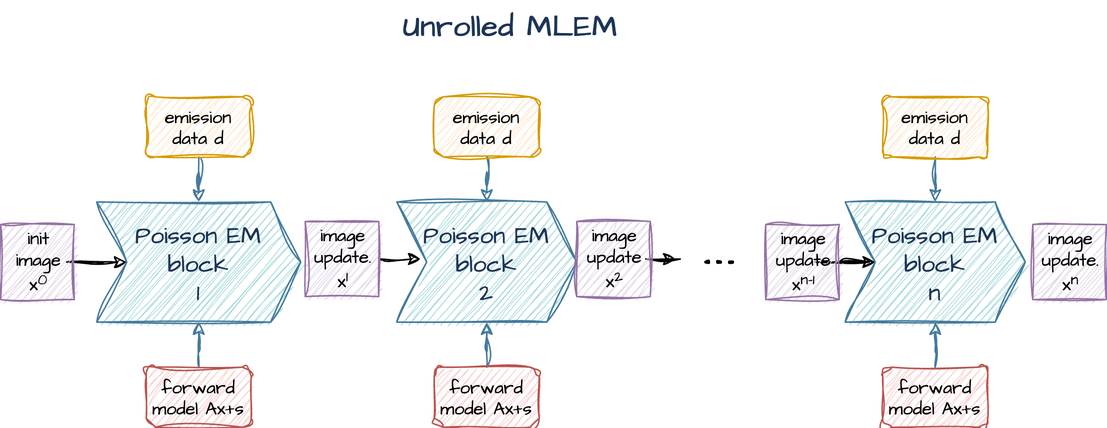
Earlier version of the draw.io export 2023-MIC/figs/unrolled_mlem.png (gschramm/parallelproj-examples). Source tidied: cells renumbered, new cells last; positions are measured from the earlier drawing's top-left corner, leaving out a move shared by most shapes. Its diagram source:
```xml
<mxGraphModel math="1">
  <root>
    <mxCell id="0" />
    <mxCell id="1" parent="0" />
    <mxCell id="2" value="Poisson EM&#10;block&#10;1" style="shape=step;perimeter=stepPerimeter;fixedSize=1;hachureGap=4;fontFamily=Architects Daughter;fontSource=https%3A%2F%2Ffonts.googleapis.com%2Fcss%3Ffamily%3DArchitects%2BDaughter;fontSize=16;labelBackgroundColor=none;fillColor=#A8DADC;strokeColor=#457B9D;fontColor=#1D3557;rounded=0;sketch=1;curveFitting=1;jiggle=2;" parent="1" vertex="1">
      <mxGeometry x="64" y="134" width="136" height="80" as="geometry" />
    </mxCell>
    <mxCell id="3" value="Poisson EM&#10;block&#10;2" style="shape=step;perimeter=stepPerimeter;fixedSize=1;hachureGap=4;fontFamily=Architects Daughter;fontSource=https%3A%2F%2Ffonts.googleapis.com%2Fcss%3Ffamily%3DArchitects%2BDaughter;fontSize=16;labelBackgroundColor=none;fillColor=#A8DADC;strokeColor=#457B9D;fontColor=#1D3557;rounded=0;sketch=1;curveFitting=1;jiggle=2;" parent="1" vertex="1">
      <mxGeometry x="264" y="134" width="120" height="80" as="geometry" />
    </mxCell>
    <mxCell id="4" value="Poisson EM&#10;block&#10;n" style="shape=step;perimeter=stepPerimeter;fixedSize=1;hachureGap=4;fontFamily=Architects Daughter;fontSource=https%3A%2F%2Ffonts.googleapis.com%2Fcss%3Ffamily%3DArchitects%2BDaughter;fontSize=16;labelBackgroundColor=none;fillColor=#A8DADC;strokeColor=#457B9D;fontColor=#1D3557;rounded=0;sketch=1;curveFitting=1;jiggle=2;" parent="1" vertex="1">
      <mxGeometry x="563" y="134" width="120" height="80" as="geometry" />
    </mxCell>
    <mxCell id="5" value="Unrolled MLEM" style="text;strokeColor=none;fillColor=none;align=center;verticalAlign=middle;rounded=0;fontSize=20;fontFamily=Architects Daughter;fontColor=#1D3557;fontStyle=1;" parent="1" vertex="1">
      <mxGeometry x="310" width="60" height="30" as="geometry" />
    </mxCell>
    <mxCell id="6" style="edgeStyle=orthogonalEdgeStyle;rounded=0;sketch=1;hachureGap=4;jiggle=2;curveFitting=1;jettySize=auto;strokeColor=#457B9D;fontFamily=Architects Daughter;fontSource=https%3A%2F%2Ffonts.googleapis.com%2Fcss%3Ffamily%3DArchitects%2BDaughter;fontSize=16;fontColor=#1D3557;fillColor=#A8DADC;" parent="1" edge="1" source="7" target="2">
      <mxGeometry relative="1" as="geometry" />
    </mxCell>
    <mxCell id="7" value="emission&#10;data d" style="rounded=1;sketch=1;hachureGap=4;jiggle=2;curveFitting=1;strokeColor=#d79b00;fontFamily=Architects Daughter;fontSource=https%3A%2F%2Ffonts.googleapis.com%2Fcss%3Ffamily%3DArchitects%2BDaughter;fontSize=12;fillColor=#ffe6cc;" parent="1" vertex="1">
      <mxGeometry x="97" y="64" width="70" height="40" as="geometry" />
    </mxCell>
    <mxCell id="8" style="edgeStyle=orthogonalEdgeStyle;rounded=0;sketch=1;hachureGap=4;jiggle=2;curveFitting=1;jettySize=auto;strokeColor=#457B9D;fontFamily=Architects Daughter;fontSource=https%3A%2F%2Ffonts.googleapis.com%2Fcss%3Ffamily%3DArchitects%2BDaughter;fontSize=16;fontColor=#1D3557;fillColor=#A8DADC;" parent="1" edge="1" source="9" target="2">
      <mxGeometry relative="1" as="geometry" />
    </mxCell>
    <mxCell id="9" value="forward&#10;model Ax+s" style="rounded=1;sketch=1;hachureGap=4;jiggle=2;curveFitting=1;strokeColor=#b85450;fontFamily=Architects Daughter;fontSource=https%3A%2F%2Ffonts.googleapis.com%2Fcss%3Ffamily%3DArchitects%2BDaughter;fontSize=12;fillColor=#f8cecc;" parent="1" vertex="1">
      <mxGeometry x="97" y="244" width="70" height="40" as="geometry" />
    </mxCell>
    <mxCell id="10" style="edgeStyle=orthogonalEdgeStyle;rounded=0;sketch=1;hachureGap=4;jiggle=2;curveFitting=1;jettySize=auto;strokeColor=#457B9D;fontFamily=Architects Daughter;fontSource=https%3A%2F%2Ffonts.googleapis.com%2Fcss%3Ffamily%3DArchitects%2BDaughter;fontSize=16;fontColor=#1D3557;fillColor=#A8DADC;" parent="1" edge="1" source="11" target="3">
      <mxGeometry relative="1" as="geometry" />
    </mxCell>
    <mxCell id="11" value="emission&#10;data d" style="rounded=1;sketch=1;hachureGap=4;jiggle=2;curveFitting=1;strokeColor=#d79b00;fontFamily=Architects Daughter;fontSource=https%3A%2F%2Ffonts.googleapis.com%2Fcss%3Ffamily%3DArchitects%2BDaughter;fontSize=12;fillColor=#ffe6cc;" parent="1" vertex="1">
      <mxGeometry x="289" y="64" width="70" height="40" as="geometry" />
    </mxCell>
    <mxCell id="12" style="edgeStyle=orthogonalEdgeStyle;rounded=0;sketch=1;hachureGap=4;jiggle=2;curveFitting=1;jettySize=auto;strokeColor=#457B9D;fontFamily=Architects Daughter;fontSource=https%3A%2F%2Ffonts.googleapis.com%2Fcss%3Ffamily%3DArchitects%2BDaughter;fontSize=16;fontColor=#1D3557;fillColor=#A8DADC;" parent="1" edge="1" source="13" target="4">
      <mxGeometry relative="1" as="geometry" />
    </mxCell>
    <mxCell id="13" value="emission&#10;data d" style="rounded=1;sketch=1;hachureGap=4;jiggle=2;curveFitting=1;strokeColor=#d79b00;fontFamily=Architects Daughter;fontSource=https%3A%2F%2Ffonts.googleapis.com%2Fcss%3Ffamily%3DArchitects%2BDaughter;fontSize=12;fillColor=#ffe6cc;" parent="1" vertex="1">
      <mxGeometry x="588" y="64" width="70" height="40" as="geometry" />
    </mxCell>
    <mxCell id="14" style="edgeStyle=orthogonalEdgeStyle;rounded=0;sketch=1;hachureGap=4;jiggle=2;curveFitting=1;jettySize=auto;strokeColor=#457B9D;fontFamily=Architects Daughter;fontSource=https%3A%2F%2Ffonts.googleapis.com%2Fcss%3Ffamily%3DArchitects%2BDaughter;fontSize=16;fontColor=#1D3557;fillColor=#A8DADC;" parent="1" edge="1" source="15" target="3">
      <mxGeometry relative="1" as="geometry" />
    </mxCell>
    <mxCell id="15" value="forward&#10;model Ax+s" style="rounded=1;sketch=1;hachureGap=4;jiggle=2;curveFitting=1;strokeColor=#b85450;fontFamily=Architects Daughter;fontSource=https%3A%2F%2Ffonts.googleapis.com%2Fcss%3Ffamily%3DArchitects%2BDaughter;fontSize=12;fillColor=#f8cecc;" parent="1" vertex="1">
      <mxGeometry x="289" y="244" width="70" height="40" as="geometry" />
    </mxCell>
    <mxCell id="16" style="edgeStyle=orthogonalEdgeStyle;rounded=0;sketch=1;hachureGap=4;jiggle=2;curveFitting=1;jettySize=auto;strokeColor=#457B9D;fontFamily=Architects Daughter;fontSource=https%3A%2F%2Ffonts.googleapis.com%2Fcss%3Ffamily%3DArchitects%2BDaughter;fontSize=16;fontColor=#1D3557;fillColor=#A8DADC;" parent="1" edge="1" source="17" target="4">
      <mxGeometry relative="1" as="geometry" />
    </mxCell>
    <mxCell id="17" value="forward&#10;model Ax+s" style="rounded=1;sketch=1;hachureGap=4;jiggle=2;curveFitting=1;strokeColor=#b85450;fontFamily=Architects Daughter;fontSource=https%3A%2F%2Ffonts.googleapis.com%2Fcss%3Ffamily%3DArchitects%2BDaughter;fontSize=12;fillColor=#f8cecc;" parent="1" vertex="1">
      <mxGeometry x="588" y="244" width="70" height="40" as="geometry" />
    </mxCell>
    <mxCell id="18" style="edgeStyle=orthogonalEdgeStyle;rounded=0;sketch=1;hachureGap=4;jiggle=2;curveFitting=1;jettySize=auto;fontFamily=Architects Daughter;fontSource=https%3A%2F%2Ffonts.googleapis.com%2Fcss%3Ffamily%3DArchitects%2BDaughter;fontSize=16;" parent="1" edge="1" source="19" target="2">
      <mxGeometry relative="1" as="geometry" />
    </mxCell>
    <mxCell id="19" value="init&lt;br&gt;image&lt;br&gt;x&lt;sup&gt;0&lt;/sup&gt;" style="rounded=0;sketch=1;hachureGap=4;jiggle=2;curveFitting=1;strokeColor=#9673a6;fontFamily=Architects Daughter;fontSource=https%3A%2F%2Ffonts.googleapis.com%2Fcss%3Ffamily%3DArchitects%2BDaughter;fontSize=12;fillColor=#e1d5e7;align=center;html=1;" parent="1" vertex="1">
      <mxGeometry y="149" width="49" height="50" as="geometry" />
    </mxCell>
    <mxCell id="20" style="edgeStyle=orthogonalEdgeStyle;rounded=0;sketch=1;hachureGap=4;jiggle=2;curveFitting=1;jettySize=auto;exitX=1;exitY=0.5;exitDx=0;exitDy=0;fontFamily=Architects Daughter;fontSource=https%3A%2F%2Ffonts.googleapis.com%2Fcss%3Ffamily%3DArchitects%2BDaughter;fontSize=16;" parent="1" edge="1" source="21">
      <mxGeometry relative="1" as="geometry">
        <mxPoint x="280" y="172" as="targetPoint" />
      </mxGeometry>
    </mxCell>
    <mxCell id="21" value="image&lt;br&gt;update. &lt;br&gt;x&lt;sup&gt;1&lt;/sup&gt;" style="rounded=0;sketch=1;hachureGap=4;jiggle=2;curveFitting=1;strokeColor=#9673a6;fontFamily=Architects Daughter;fontSource=https%3A%2F%2Ffonts.googleapis.com%2Fcss%3Ffamily%3DArchitects%2BDaughter;fontSize=12;fillColor=#e1d5e7;align=center;html=1;gradientColor=none;shadow=0;glass=0;" parent="1" vertex="1">
      <mxGeometry x="203" y="147" width="49" height="50" as="geometry" />
    </mxCell>
    <mxCell id="22" style="edgeStyle=orthogonalEdgeStyle;rounded=0;sketch=1;hachureGap=4;jiggle=2;curveFitting=1;jettySize=auto;fontFamily=Architects Daughter;fontSource=https%3A%2F%2Ffonts.googleapis.com%2Fcss%3Ffamily%3DArchitects%2BDaughter;fontSize=16;" parent="1" edge="1" source="23">
      <mxGeometry relative="1" as="geometry">
        <mxPoint x="450" y="172" as="targetPoint" />
      </mxGeometry>
    </mxCell>
    <mxCell id="23" value="image&lt;br&gt;update&lt;br&gt;x&lt;sup&gt;2&lt;/sup&gt;" style="rounded=0;sketch=1;hachureGap=4;jiggle=2;curveFitting=1;strokeColor=#9673a6;fontFamily=Architects Daughter;fontSource=https%3A%2F%2Ffonts.googleapis.com%2Fcss%3Ffamily%3DArchitects%2BDaughter;fontSize=12;fillColor=#e1d5e7;align=center;html=1;gradientColor=none;shadow=0;glass=0;" parent="1" vertex="1">
      <mxGeometry x="384" y="147" width="49" height="50" as="geometry" />
    </mxCell>
    <mxCell id="24" style="edgeStyle=orthogonalEdgeStyle;rounded=0;sketch=1;hachureGap=4;jiggle=2;curveFitting=1;jettySize=auto;fontFamily=Architects Daughter;fontSource=https%3A%2F%2Ffonts.googleapis.com%2Fcss%3Ffamily%3DArchitects%2BDaughter;fontSize=16;" parent="1" edge="1" source="25" target="4">
      <mxGeometry relative="1" as="geometry" />
    </mxCell>
    <mxCell id="25" value="image&lt;br&gt;update&lt;br&gt;x&lt;sup&gt;n-1&lt;/sup&gt;" style="rounded=0;sketch=1;hachureGap=4;jiggle=2;curveFitting=1;strokeColor=#9673a6;fontFamily=Architects Daughter;fontSource=https%3A%2F%2Ffonts.googleapis.com%2Fcss%3Ffamily%3DArchitects%2BDaughter;fontSize=12;fillColor=#e1d5e7;align=center;html=1;gradientColor=none;shadow=0;glass=0;" parent="1" vertex="1">
      <mxGeometry x="510" y="149" width="49" height="50" as="geometry" />
    </mxCell>
    <mxCell id="26" value="image&lt;br&gt;update. &lt;br&gt;x&lt;sup&gt;n&lt;/sup&gt;" style="rounded=0;sketch=1;hachureGap=4;jiggle=2;curveFitting=1;strokeColor=#9673a6;fontFamily=Architects Daughter;fontSource=https%3A%2F%2Ffonts.googleapis.com%2Fcss%3Ffamily%3DArchitects%2BDaughter;fontSize=12;fillColor=#e1d5e7;align=center;html=1;gradientColor=none;shadow=0;glass=0;" parent="1" vertex="1">
      <mxGeometry x="688" y="149" width="49" height="50" as="geometry" />
    </mxCell>
    <mxCell id="27" style="endArrow=none;dashed=1;dashPattern=1 3;strokeWidth=2;rounded=0;sketch=1;hachureGap=4;jiggle=2;curveFitting=1;fontFamily=Architects Daughter;fontSource=https%3A%2F%2Ffonts.googleapis.com%2Fcss%3Ffamily%3DArchitects%2BDaughter;fontSize=16;" parent="1" edge="1">
      <mxGeometry relative="1" as="geometry">
        <mxPoint x="470" y="174" as="sourcePoint" />
        <mxPoint x="490" y="174" as="targetPoint" />
      </mxGeometry>
    </mxCell>
  </root>
</mxGraphModel>
```
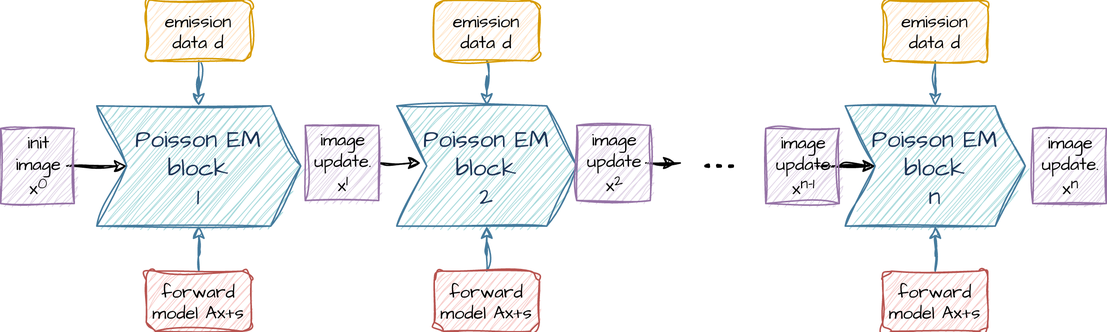
After the change.

What changed in the source:
```diff
@@ -11,9 +11,6 @@
     <mxCell id="4" value="Poisson EM&#10;block&#10;n" style="shape=step;perimeter=stepPerimeter;fixedSize=1;hachureGap=4;fontFamily=Architects Daughter;fontSource=https%3A%2F%2Ffonts.googleapis.com%2Fcss%3Ffamily%3DArchitects%2BDaughter;fontSize=16;labelBackgroundColor=none;fillColor=#A8DADC;strokeColor=#457B9D;fontColor=#1D3557;rounded=0;sketch=1;curveFitting=1;jiggle=2;" parent="1" vertex="1">
       <mxGeometry x="563" y="134" width="120" height="80" as="geometry" />
     </mxCell>
-    <mxCell id="5" value="Unrolled MLEM" style="text;strokeColor=none;fillColor=none;align=center;verticalAlign=middle;rounded=0;fontSize=20;fontFamily=Architects Daughter;fontColor=#1D3557;fontStyle=1;" parent="1" vertex="1">
-      <mxGeometry x="310" width="60" height="30" as="geometry" />
-    </mxCell>
     <mxCell id="6" style="edgeStyle=orthogonalEdgeStyle;rounded=0;sketch=1;hachureGap=4;jiggle=2;curveFitting=1;jettySize=auto;strokeColor=#457B9D;fontFamily=Architects Daughter;fontSource=https%3A%2F%2Ffonts.googleapis.com%2Fcss%3Ffamily%3DArchitects%2BDaughter;fontSize=16;fontColor=#1D3557;fillColor=#A8DADC;" parent="1" edge="1" source="7" target="2">
       <mxGeometry relative="1" as="geometry" />
     </mxCell>
```
